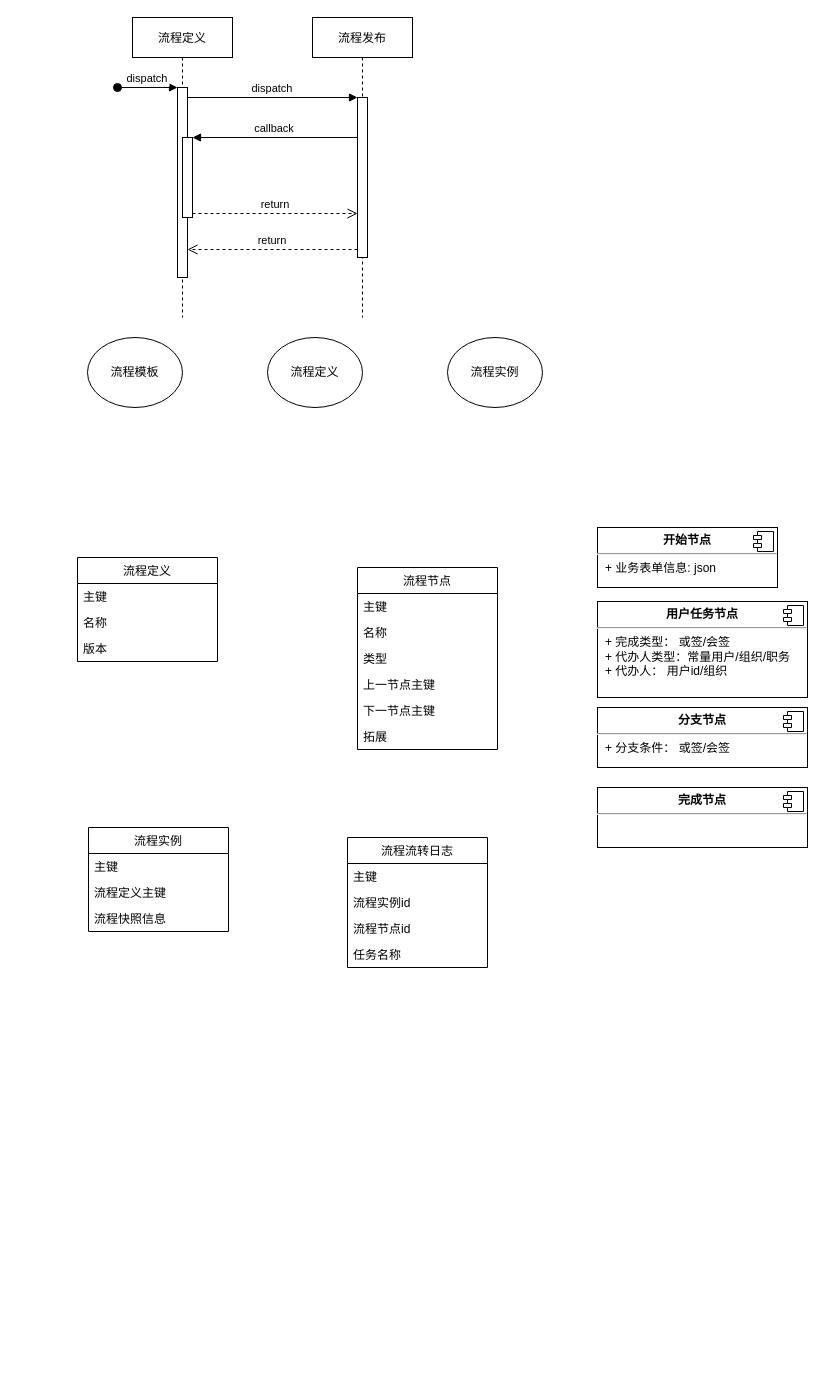
Before: 工作流.drawio in zzuklj/draw-io-respository, a draw.io diagram. Source tidied: cells renumbered, new cells numbered last; positions are measured from the earlier drawing's top-left corner, leaving out a move shared by most shapes. Both pictures are drawn from the tidied source at 100%, with x=0, y=0 at pixel (77, 17).
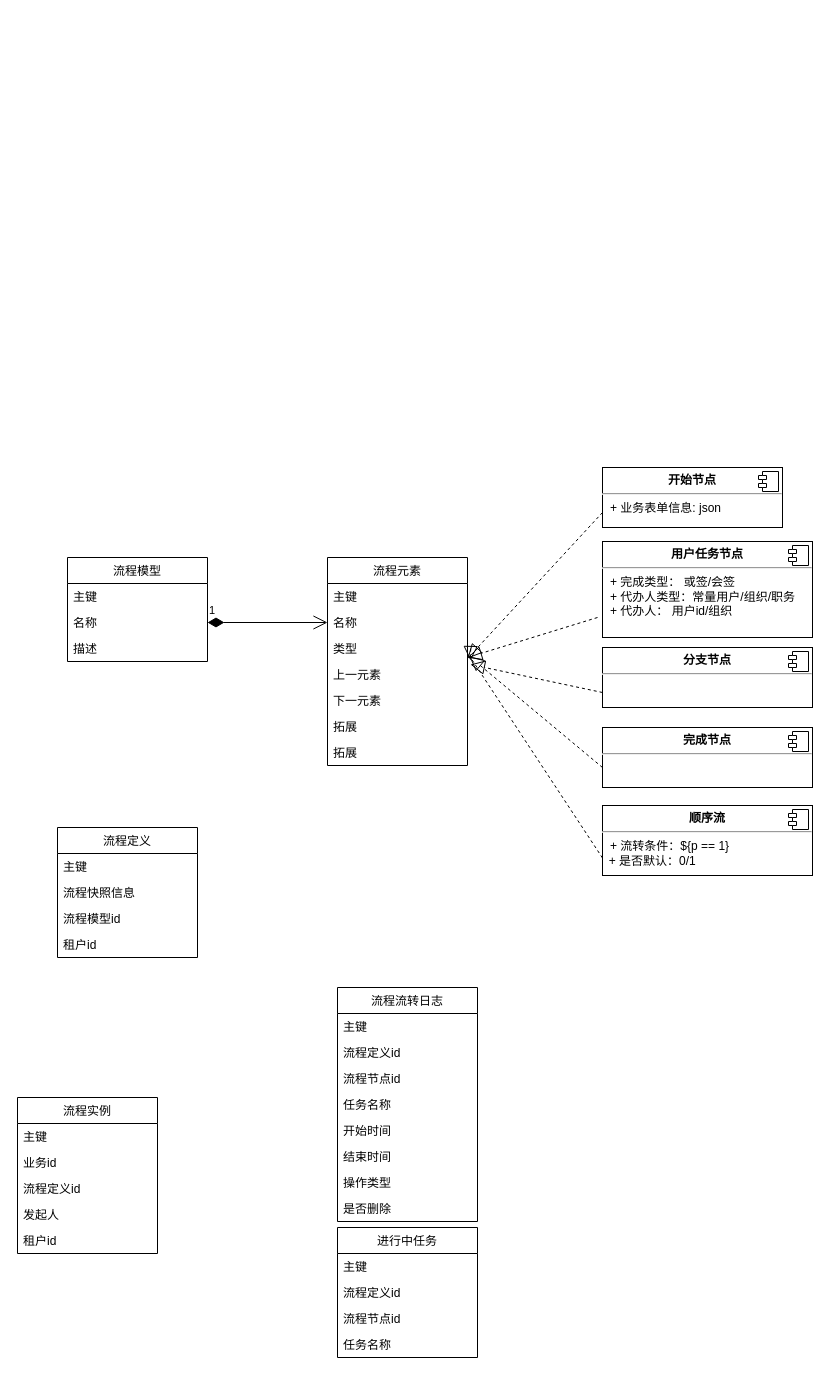
The same page after the edit.

Unchanged cells that the change refers to:
```xml
<mxCell id="17" value="名称" style="text;strokeColor=none;fillColor=none;align=left;verticalAlign=top;spacingLeft=4;spacingRight=4;overflow=hidden;points=[[0,0.5],[1,0.5]];portConstraint=eastwest;" parent="15" vertex="1">
  <mxGeometry y="52" width="140" height="26" as="geometry" />
</mxCell>
<mxCell id="21" value="名称" style="text;strokeColor=none;fillColor=none;align=left;verticalAlign=top;spacingLeft=4;spacingRight=4;overflow=hidden;points=[[0,0.5],[1,0.5]];portConstraint=eastwest;" parent="19" vertex="1">
  <mxGeometry y="52" width="140" height="26" as="geometry" />
</mxCell>
<mxCell id="22" value="类型" style="text;strokeColor=none;fillColor=none;align=left;verticalAlign=top;spacingLeft=4;spacingRight=4;overflow=hidden;points=[[0,0.5],[1,0.5]];portConstraint=eastwest;" parent="19" vertex="1">
  <mxGeometry y="78" width="140" height="26" as="geometry" />
</mxCell>
```

The edit, as a diff of the source:
```diff
@@
-    <mxCell id="2" value="流程定义" style="shape=umlLifeline;perimeter=lifelinePerimeter;rounded=0;shadow=0;strokeWidth=1;" parent="1" vertex="1">
-      <mxGeometry x="55" width="100" height="300" as="geometry" />
-    </mxCell>
-    <mxCell id="3" style="points=[];perimeter=orthogonalPerimeter;rounded=0;shadow=0;strokeWidth=1;" parent="2" vertex="1">
-      <mxGeometry x="45" y="70" width="10" height="190" as="geometry" />
-    </mxCell>
-    <mxCell id="4" value="dispatch" style="verticalAlign=bottom;startArrow=oval;endArrow=block;startSize=8;shadow=0;strokeWidth=1;" parent="2" edge="1" target="3">
-      <mxGeometry relative="1" as="geometry">
-        <mxPoint x="-15" y="70" as="sourcePoint" />
-      </mxGeometry>
-    </mxCell>
-    <mxCell id="5" style="points=[];perimeter=orthogonalPerimeter;rounded=0;shadow=0;strokeWidth=1;" parent="2" vertex="1">
-      <mxGeometry x="50" y="120" width="10" height="80" as="geometry" />
-    </mxCell>
-    <mxCell id="6" value="流程发布" style="shape=umlLifeline;perimeter=lifelinePerimeter;rounded=0;shadow=0;strokeWidth=1;" parent="1" vertex="1">
-      <mxGeometry x="235" width="100" height="300" as="geometry" />
-    </mxCell>
-    <mxCell id="7" style="points=[];perimeter=orthogonalPerimeter;rounded=0;shadow=0;strokeWidth=1;" parent="6" vertex="1">
-      <mxGeometry x="45" y="80" width="10" height="160" as="geometry" />
-    </mxCell>
-    <mxCell id="8" value="return" style="verticalAlign=bottom;endArrow=open;dashed=1;endSize=8;exitX=0;exitY=0.95;shadow=0;strokeWidth=1;" parent="1" edge="1" source="7" target="3">
-      <mxGeometry relative="1" as="geometry" />
-    </mxCell>
-    <mxCell id="9" value="dispatch" style="verticalAlign=bottom;endArrow=block;entryX=0;entryY=0;shadow=0;strokeWidth=1;" parent="1" edge="1" source="3" target="7">
-      <mxGeometry relative="1" as="geometry" />
-    </mxCell>
-    <mxCell id="10" value="callback" style="verticalAlign=bottom;endArrow=block;entryX=1;entryY=0;shadow=0;strokeWidth=1;" parent="1" edge="1" source="7" target="5">
-      <mxGeometry relative="1" as="geometry" />
-    </mxCell>
-    <mxCell id="11" value="return" style="verticalAlign=bottom;endArrow=open;dashed=1;endSize=8;exitX=1;exitY=0.95;shadow=0;strokeWidth=1;" parent="1" edge="1" source="5" target="7">
-      <mxGeometry relative="1" as="geometry" />
-    </mxCell>
-    <mxCell id="12" value="流程模板" style="ellipse;whiteSpace=wrap;html=1;" parent="1" vertex="1">
-      <mxGeometry x="10" y="320" width="95" height="70" as="geometry" />
-    </mxCell>
-    <mxCell id="13" value="流程定义" style="ellipse;whiteSpace=wrap;html=1;" parent="1" vertex="1">
-      <mxGeometry x="190" y="320" width="95" height="70" as="geometry" />
-    </mxCell>
-    <mxCell id="14" value="流程实例" style="ellipse;whiteSpace=wrap;html=1;" parent="1" vertex="1">
-      <mxGeometry x="370" y="320" width="95" height="70" as="geometry" />
-    </mxCell>
-    <mxCell id="15" value="流程定义" style="swimlane;fontStyle=0;horizontal=1;startSize=26;fillColor=none;" parent="1" vertex="1">
-      <mxGeometry y="540" width="140" height="104" as="geometry" />
+    <mxCell id="15" value="流程模型" style="swimlane;fontStyle=0;horizontal=1;startSize=26;fillColor=none;" parent="1" vertex="1">
+      <mxGeometry x="-10" y="540" width="140" height="104" as="geometry" />
     </mxCell>
@@
-    <mxCell id="18" value="版本" style="text;strokeColor=none;fillColor=none;align=left;verticalAlign=top;spacingLeft=4;spacingRight=4;overflow=hidden;" parent="15" vertex="1">
+    <mxCell id="18" value="描述" style="text;strokeColor=none;fillColor=none;align=left;verticalAlign=top;spacingLeft=4;spacingRight=4;overflow=hidden;" parent="15" vertex="1">
       <mxGeometry y="78" width="140" height="26" as="geometry" />
     </mxCell>
-    <mxCell id="19" value="流程节点" style="swimlane;fontStyle=0;horizontal=1;startSize=26;fillColor=none;" parent="1" vertex="1">
-      <mxGeometry x="280" y="550" width="140" height="182" as="geometry" />
+    <mxCell id="19" value="流程元素" style="swimlane;fontStyle=0;horizontal=1;startSize=26;fillColor=none;" parent="1" vertex="1">
+      <mxGeometry x="250" y="540" width="140" height="208" as="geometry" />
     </mxCell>
@@
-    <mxCell id="23" value="上一节点主键" style="text;strokeColor=none;fillColor=none;align=left;verticalAlign=top;spacingLeft=4;spacingRight=4;overflow=hidden;points=[[0,0.5],[1,0.5]];portConstraint=eastwest;" parent="19" vertex="1">
+    <mxCell id="23" value="上一元素" style="text;strokeColor=none;fillColor=none;align=left;verticalAlign=top;spacingLeft=4;spacingRight=4;overflow=hidden;points=[[0,0.5],[1,0.5]];portConstraint=eastwest;" parent="19" vertex="1">
       <mxGeometry y="104" width="140" height="26" as="geometry" />
     </mxCell>
-    <mxCell id="24" value="下一节点主键" style="text;strokeColor=none;fillColor=none;align=left;verticalAlign=top;spacingLeft=4;spacingRight=4;overflow=hidden;" parent="19" vertex="1">
+    <mxCell id="24" value="下一元素" style="text;strokeColor=none;fillColor=none;align=left;verticalAlign=top;spacingLeft=4;spacingRight=4;overflow=hidden;" parent="19" vertex="1">
       <mxGeometry y="130" width="140" height="26" as="geometry" />
     </mxCell>
@@
+    <mxCell id="43" value="拓展" style="text;strokeColor=none;fillColor=none;align=left;verticalAlign=top;spacingLeft=4;spacingRight=4;overflow=hidden;" parent="19" vertex="1">
+      <mxGeometry y="182" width="140" height="26" as="geometry" />
+    </mxCell>
     <mxCell id="26" value="流程实例" style="swimlane;fontStyle=0;horizontal=1;startSize=26;fillColor=none;" parent="1" vertex="1">
-      <mxGeometry x="11" y="810" width="140" height="104" as="geometry" />
+      <mxGeometry x="-60" y="1080" width="140" height="156" as="geometry" />
     </mxCell>
@@
+    <mxCell id="44" value="业务id" style="text;strokeColor=none;fillColor=none;align=left;verticalAlign=top;spacingLeft=4;spacingRight=4;overflow=hidden;" parent="26" vertex="1">
+      <mxGeometry y="52" width="140" height="26" as="geometry" />
+    </mxCell>
-    <mxCell id="28" value="流程定义主键" style="text;strokeColor=none;fillColor=none;align=left;verticalAlign=top;spacingLeft=4;spacingRight=4;overflow=hidden;" parent="26" vertex="1">
-      <mxGeometry y="52" width="140" height="26" as="geometry" />
+    <mxCell id="28" value="流程定义id" style="text;strokeColor=none;fillColor=none;align=left;verticalAlign=top;spacingLeft=4;spacingRight=4;overflow=hidden;" parent="26" vertex="1">
+      <mxGeometry y="78" width="140" height="26" as="geometry" />
     </mxCell>
-    <mxCell id="29" value="流程快照信息" style="text;strokeColor=none;fillColor=none;align=left;verticalAlign=top;spacingLeft=4;spacingRight=4;overflow=hidden;" parent="26" vertex="1">
-      <mxGeometry y="78" width="140" height="26" as="geometry" />
-    </mxCell>
+    <mxCell id="45" value="发起人" style="text;strokeColor=none;fillColor=none;align=left;verticalAlign=top;spacingLeft=4;spacingRight=4;overflow=hidden;" parent="26" vertex="1">
+      <mxGeometry y="104" width="140" height="26" as="geometry" />
+    </mxCell>
+    <mxCell id="46" value="租户id" style="text;strokeColor=none;fillColor=none;align=left;verticalAlign=top;spacingLeft=4;spacingRight=4;overflow=hidden;" parent="26" vertex="1">
+      <mxGeometry y="130" width="140" height="26" as="geometry" />
+    </mxCell>
     <mxCell id="30" value="流程流转日志" style="swimlane;fontStyle=0;horizontal=1;startSize=26;fillColor=none;" parent="1" vertex="1">
-      <mxGeometry x="270" y="820" width="140" height="130" as="geometry" />
+      <mxGeometry x="260" y="970" width="140" height="234" as="geometry" />
     </mxCell>
@@
-    <mxCell id="32" value="流程实例id" style="text;strokeColor=none;fillColor=none;align=left;verticalAlign=top;spacingLeft=4;spacingRight=4;overflow=hidden;" parent="30" vertex="1">
+    <mxCell id="32" value="流程定义id" style="text;strokeColor=none;fillColor=none;align=left;verticalAlign=top;spacingLeft=4;spacingRight=4;overflow=hidden;" parent="30" vertex="1">
       <mxGeometry y="52" width="140" height="26" as="geometry" />
     </mxCell>
@@
+    <mxCell id="47" value="开始时间" style="text;strokeColor=none;fillColor=none;align=left;verticalAlign=top;spacingLeft=4;spacingRight=4;overflow=hidden;" parent="30" vertex="1">
+      <mxGeometry y="130" width="140" height="26" as="geometry" />
+    </mxCell>
+    <mxCell id="48" value="结束时间" style="text;strokeColor=none;fillColor=none;align=left;verticalAlign=top;spacingLeft=4;spacingRight=4;overflow=hidden;" parent="30" vertex="1">
+      <mxGeometry y="156" width="140" height="26" as="geometry" />
+    </mxCell>
+    <mxCell id="49" value="操作类型" style="text;strokeColor=none;fillColor=none;align=left;verticalAlign=top;spacingLeft=4;spacingRight=4;overflow=hidden;" parent="30" vertex="1">
+      <mxGeometry y="182" width="140" height="26" as="geometry" />
+    </mxCell>
+    <mxCell id="50" value="是否删除" style="text;strokeColor=none;fillColor=none;align=left;verticalAlign=top;spacingLeft=4;spacingRight=4;overflow=hidden;" parent="30" vertex="1">
+      <mxGeometry y="208" width="140" height="26" as="geometry" />
+    </mxCell>
     <mxCell id="35" value="&lt;p style=&quot;margin:0px;margin-top:6px;text-align:center;&quot;&gt;&lt;b&gt;开始节点&lt;/b&gt;&lt;/p&gt;&lt;hr&gt;&lt;p style=&quot;margin:0px;margin-left:8px;&quot;&gt;+ 业务表单信息: json&lt;br&gt;&lt;/p&gt;" style="align=left;overflow=fill;html=1;" parent="1" vertex="1">
-      <mxGeometry x="520" y="510" width="180" height="60" as="geometry" />
+      <mxGeometry x="525" y="450" width="180" height="60" as="geometry" />
     </mxCell>
@@
     <mxCell id="37" value="&lt;p style=&quot;margin:0px;margin-top:6px;text-align:center;&quot;&gt;&lt;b&gt;用户任务节点&lt;/b&gt;&lt;/p&gt;&lt;hr&gt;&lt;p style=&quot;margin:0px;margin-left:8px;&quot;&gt;+ 完成类型： 或签/会签&lt;br&gt;&lt;/p&gt;&lt;p style=&quot;margin:0px;margin-left:8px;&quot;&gt;+ 代办人类型：常量用户/组织/职务&lt;/p&gt;&lt;p style=&quot;margin:0px;margin-left:8px;&quot;&gt;+ 代办人： 用户id/组织&lt;br&gt;&lt;br&gt;&lt;br&gt;&lt;/p&gt;&lt;p style=&quot;margin:0px;margin-left:8px;&quot;&gt;&lt;br&gt;&lt;/p&gt;" style="align=left;overflow=fill;html=1;" parent="1" vertex="1">
-      <mxGeometry x="520" y="584" width="210" height="96" as="geometry" />
+      <mxGeometry x="525" y="524" width="210" height="96" as="geometry" />
     </mxCell>
@@
-    <mxCell id="39" value="&lt;p style=&quot;margin:0px;margin-top:6px;text-align:center;&quot;&gt;&lt;b&gt;分支节点&lt;/b&gt;&lt;/p&gt;&lt;hr&gt;&lt;p style=&quot;margin:0px;margin-left:8px;&quot;&gt;+ 分支条件： 或签/会签&lt;/p&gt;&lt;p style=&quot;margin:0px;margin-left:8px;&quot;&gt;&lt;br&gt;&lt;br&gt;&lt;/p&gt;&lt;p style=&quot;margin:0px;margin-left:8px;&quot;&gt;&lt;br&gt;&lt;/p&gt;" style="align=left;overflow=fill;html=1;" parent="1" vertex="1">
-      <mxGeometry x="520" y="690" width="210" height="60" as="geometry" />
+    <mxCell id="39" value="&lt;p style=&quot;margin:0px;margin-top:6px;text-align:center;&quot;&gt;&lt;b&gt;分支节点&lt;/b&gt;&lt;/p&gt;&lt;hr&gt;&lt;p style=&quot;margin:0px;margin-left:8px;&quot;&gt;&lt;br&gt;&lt;/p&gt;&lt;p style=&quot;margin:0px;margin-left:8px;&quot;&gt;&lt;br&gt;&lt;br&gt;&lt;/p&gt;&lt;p style=&quot;margin:0px;margin-left:8px;&quot;&gt;&lt;br&gt;&lt;/p&gt;" style="align=left;overflow=fill;html=1;" parent="1" vertex="1">
+      <mxGeometry x="525" y="630" width="210" height="60" as="geometry" />
     </mxCell>
@@
     <mxCell id="41" value="&lt;p style=&quot;margin:0px;margin-top:6px;text-align:center;&quot;&gt;&lt;b&gt;完成节点&lt;/b&gt;&lt;/p&gt;&lt;hr&gt;&lt;p style=&quot;margin:0px;margin-left:8px;&quot;&gt;&lt;br&gt;&lt;/p&gt;&lt;p style=&quot;margin:0px;margin-left:8px;&quot;&gt;&lt;br&gt;&lt;br&gt;&lt;/p&gt;&lt;p style=&quot;margin:0px;margin-left:8px;&quot;&gt;&lt;br&gt;&lt;/p&gt;" style="align=left;overflow=fill;html=1;" parent="1" vertex="1">
-      <mxGeometry x="520" y="770" width="210" height="60" as="geometry" />
+      <mxGeometry x="525" y="710" width="210" height="60" as="geometry" />
     </mxCell>
@@
+    <mxCell id="51" value="&lt;p style=&quot;margin:0px;margin-top:6px;text-align:center;&quot;&gt;&lt;b&gt;顺序流&lt;/b&gt;&lt;/p&gt;&lt;hr&gt;&lt;p style=&quot;margin:0px;margin-left:8px;&quot;&gt;+ 流转条件：${p == 1}&lt;/p&gt;&amp;nbsp; + 是否默认：0/1&lt;p style=&quot;margin:0px;margin-left:8px;&quot;&gt;&amp;nbsp;&lt;/p&gt;&lt;p style=&quot;margin:0px;margin-left:8px;&quot;&gt;&lt;br&gt;&lt;br&gt;&lt;/p&gt;&lt;p style=&quot;margin:0px;margin-left:8px;&quot;&gt;&lt;br&gt;&lt;/p&gt;" style="align=left;overflow=fill;html=1;" parent="1" vertex="1">
+      <mxGeometry x="525" y="788" width="210" height="70" as="geometry" />
+    </mxCell>
+    <mxCell id="52" style="shape=component;jettyWidth=8;jettyHeight=4;" parent="51" vertex="1">
+      <mxGeometry x="1" width="20" height="20" relative="1" as="geometry">
+        <mxPoint x="-24" y="4" as="offset" />
+      </mxGeometry>
+    </mxCell>
+    <mxCell id="53" value="1" style="endArrow=open;html=1;endSize=12;startArrow=diamondThin;startSize=14;startFill=1;edgeStyle=orthogonalEdgeStyle;align=left;verticalAlign=bottom;rounded=0;exitX=1;exitY=0.5;exitDx=0;exitDy=0;entryX=0;entryY=0.5;entryDx=0;entryDy=0;" parent="1" edge="1" source="17" target="21">
+      <mxGeometry x="-1" y="3" relative="1" as="geometry" />
+    </mxCell>
+    <mxCell id="54" style="endArrow=block;dashed=1;endFill=0;endSize=12;html=1;rounded=0;entryX=1;entryY=0.885;entryDx=0;entryDy=0;entryPerimeter=0;exitX=0;exitY=0.75;exitDx=0;exitDy=0;" parent="1" edge="1" source="35" target="22">
+      <mxGeometry relative="1" as="geometry" />
+    </mxCell>
+    <mxCell id="55" style="endArrow=block;dashed=1;endFill=0;endSize=12;html=1;rounded=0;" parent="1" edge="1">
+      <mxGeometry relative="1" as="geometry">
+        <mxPoint x="520" y="600" as="sourcePoint" />
+        <mxPoint x="390" y="640" as="targetPoint" />
+      </mxGeometry>
+    </mxCell>
+    <mxCell id="56" value="流程定义" style="swimlane;fontStyle=0;horizontal=1;startSize=26;fillColor=none;" parent="1" vertex="1">
+      <mxGeometry x="-20" y="810" width="140" height="130" as="geometry" />
+    </mxCell>
+    <mxCell id="57" value="主键" style="text;strokeColor=none;fillColor=none;align=left;verticalAlign=top;spacingLeft=4;spacingRight=4;overflow=hidden;" parent="56" vertex="1">
+      <mxGeometry y="26" width="140" height="26" as="geometry" />
+    </mxCell>
+    <mxCell id="29" value="流程快照信息" style="text;strokeColor=none;fillColor=none;align=left;verticalAlign=top;spacingLeft=4;spacingRight=4;overflow=hidden;" parent="56" vertex="1">
+      <mxGeometry y="52" width="140" height="26" as="geometry" />
+    </mxCell>
+    <mxCell id="58" value="流程模型id" style="text;strokeColor=none;fillColor=none;align=left;verticalAlign=top;spacingLeft=4;spacingRight=4;overflow=hidden;" parent="56" vertex="1">
+      <mxGeometry y="78" width="140" height="26" as="geometry" />
+    </mxCell>
+    <mxCell id="59" value="租户id" style="text;strokeColor=none;fillColor=none;align=left;verticalAlign=top;spacingLeft=4;spacingRight=4;overflow=hidden;" parent="56" vertex="1">
+      <mxGeometry y="104" width="140" height="26" as="geometry" />
+    </mxCell>
+    <mxCell id="60" value="进行中任务" style="swimlane;fontStyle=0;horizontal=1;startSize=26;fillColor=none;" parent="1" vertex="1">
+      <mxGeometry x="260" y="1210" width="140" height="130" as="geometry" />
+    </mxCell>
+    <mxCell id="61" value="主键" style="text;strokeColor=none;fillColor=none;align=left;verticalAlign=top;spacingLeft=4;spacingRight=4;overflow=hidden;" parent="60" vertex="1">
+      <mxGeometry y="26" width="140" height="26" as="geometry" />
+    </mxCell>
+    <mxCell id="62" value="流程定义id" style="text;strokeColor=none;fillColor=none;align=left;verticalAlign=top;spacingLeft=4;spacingRight=4;overflow=hidden;" parent="60" vertex="1">
+      <mxGeometry y="52" width="140" height="26" as="geometry" />
+    </mxCell>
+    <mxCell id="63" value="流程节点id" style="text;strokeColor=none;fillColor=none;align=left;verticalAlign=top;spacingLeft=4;spacingRight=4;overflow=hidden;" parent="60" vertex="1">
+      <mxGeometry y="78" width="140" height="26" as="geometry" />
+    </mxCell>
+    <mxCell id="64" value="任务名称" style="text;strokeColor=none;fillColor=none;align=left;verticalAlign=top;spacingLeft=4;spacingRight=4;overflow=hidden;" parent="60" vertex="1">
+      <mxGeometry y="104" width="140" height="26" as="geometry" />
+    </mxCell>
+    <mxCell id="65" style="endArrow=block;dashed=1;endFill=0;endSize=12;html=1;rounded=0;exitX=0;exitY=0.75;exitDx=0;exitDy=0;entryX=1.021;entryY=0.115;entryDx=0;entryDy=0;entryPerimeter=0;" parent="1" edge="1" source="39" target="23">
+      <mxGeometry relative="1" as="geometry" />
+    </mxCell>
+    <mxCell id="66" style="endArrow=block;dashed=1;endFill=0;endSize=12;html=1;rounded=0;entryX=1.014;entryY=-0.192;entryDx=0;entryDy=0;entryPerimeter=0;" parent="1" edge="1" target="23">
+      <mxGeometry relative="1" as="geometry">
+        <mxPoint x="525" y="750" as="sourcePoint" />
+      </mxGeometry>
+    </mxCell>
+    <mxCell id="67" style="endArrow=block;dashed=1;endFill=0;endSize=12;html=1;rounded=0;entryX=1.021;entryY=-0.038;entryDx=0;entryDy=0;exitX=0;exitY=0.75;exitDx=0;exitDy=0;entryPerimeter=0;" parent="1" edge="1" source="51" target="23">
+      <mxGeometry relative="1" as="geometry">
+        <Array as="points">
+          <mxPoint x="393" y="640" />
+        </Array>
+      </mxGeometry>
+    </mxCell>
```
